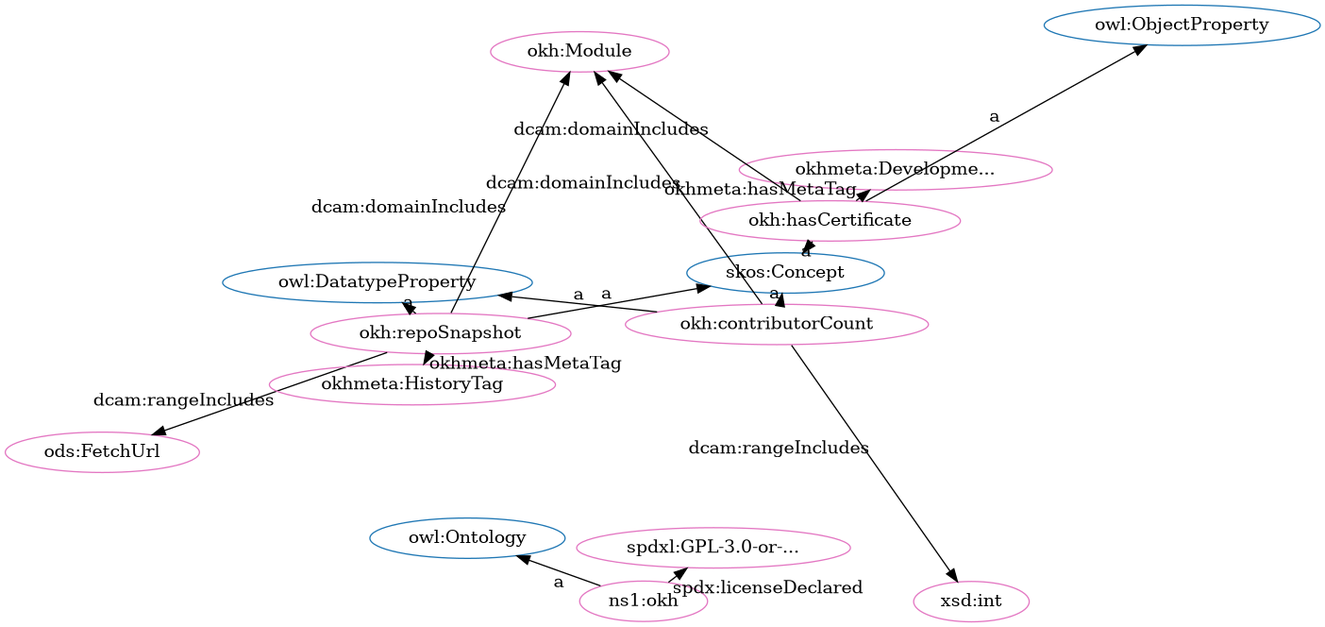
Before: src/spec/fdp_okh_proposed.png, a diagram exported from Graphviz (iop-alliance/OpenKnowHow). Its source is kept beside it as src/spec/fdp_okh_proposed.dot.
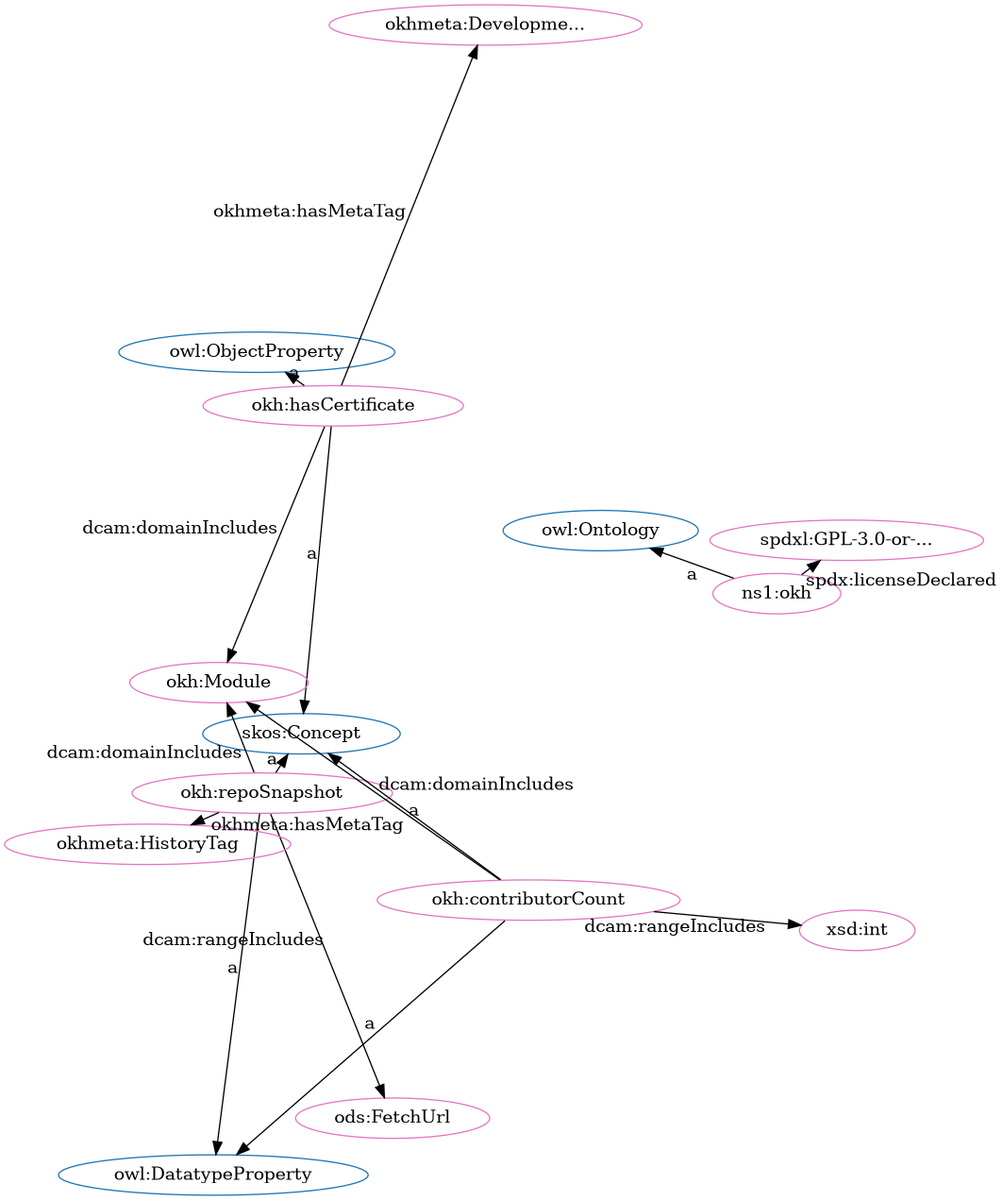
The same diagram one commit later.

Change to the diagram source:
```diff
@@ -1,33 +1,33 @@
 digraph G {
   rankdir=BT
   node[height=.3]
+"http://www.w3.org/2002/07/owl#Ontology" [fillcolor="#1f77b4" color="#1f77b4" label="owl:Ontology"]
 "http://www.w3.org/2002/07/owl#DatatypeProperty" [fillcolor="#1f77b4" color="#1f77b4" label="owl:DatatypeProperty"]
-"http://www.w3.org/2002/07/owl#Ontology" [fillcolor="#1f77b4" color="#1f77b4" label="owl:Ontology"]
 "http://www.w3.org/2004/02/skos/core#Concept" [fillcolor="#1f77b4" color="#1f77b4" label="skos:Concept"]
 "http://www.w3.org/2002/07/owl#ObjectProperty" [fillcolor="#1f77b4" color="#1f77b4" label="owl:ObjectProperty"]
+"http://w3id.org/oseg/ont/okh#hasCertificate" [fillcolor="#e377c2" color="#e377c2" label="okh:hasCertificate"]
 "http://w3id.org/oseg/ont/okh#Module" [fillcolor="#e377c2" color="#e377c2" label="okh:Module"]
+"http://w3id.org/oseg/ont/ods#FetchUrl" [fillcolor="#e377c2" color="#e377c2" label="ods:FetchUrl"]
 "http://w3id.org/oseg/ont/okhmeta#DevelopmentTag" [fillcolor="#e377c2" color="#e377c2" label="okhmeta:Developme..."]
-"http://w3id.org/oseg/ont/okh#contributorCount" [fillcolor="#e377c2" color="#e377c2" label="okh:contributorCount"]
 "http://w3id.org/oseg/ont/okh#repoSnapshot" [fillcolor="#e377c2" color="#e377c2" label="okh:repoSnapshot"]
-"http://w3id.org/oseg/ont/okh#hasCertificate" [fillcolor="#e377c2" color="#e377c2" label="okh:hasCertificate"]
 "http://spdx.org/licenses/GPL-3.0-or-later" [fillcolor="#e377c2" color="#e377c2" label="spdxl:GPL-3.0-or-..."]
-"http://w3id.org/oseg/ont/ods#FetchUrl" [fillcolor="#e377c2" color="#e377c2" label="ods:FetchUrl"]
-"http://w3id.org/oseg/ont/okh" [fillcolor="#e377c2" color="#e377c2" label="ns1:okh"]
 "http://w3id.org/oseg/ont/okhmeta#HistoryTag" [fillcolor="#e377c2" color="#e377c2" label="okhmeta:HistoryTag"]
 "http://www.w3.org/2001/XMLSchema#int" [fillcolor="#e377c2" color="#e377c2" label="xsd:int"]
+"http://w3id.org/oseg/ont/okh#contributorCount" [fillcolor="#e377c2" color="#e377c2" label="okh:contributorCount"]
+"http://w3id.org/oseg/ont/okh" [fillcolor="#e377c2" color="#e377c2" label="ns1:okh"]
+  "http://w3id.org/oseg/ont/okh#contributorCount" -> "http://w3id.org/oseg/ont/okh#Module" [label="dcam:domainIncludes"]
+  "http://w3id.org/oseg/ont/okh" -> "http://spdx.org/licenses/GPL-3.0-or-later" [label="spdx:licenseDeclared"]
+  "http://w3id.org/oseg/ont/okh#repoSnapshot" -> "http://w3id.org/oseg/ont/okhmeta#HistoryTag" [label="okhmeta:hasMetaTag"]
+  "http://w3id.org/oseg/ont/okh#contributorCount" -> "http://www.w3.org/2001/XMLSchema#int" [label="dcam:rangeIncludes"]
+  "http://w3id.org/oseg/ont/okh#repoSnapshot" -> "http://w3id.org/oseg/ont/okh#Module" [label="dcam:domainIncludes"]
+  "http://w3id.org/oseg/ont/okh#contributorCount" -> "http://www.w3.org/2004/02/skos/core#Concept" [label="a"]
+  "http://w3id.org/oseg/ont/okh#contributorCount" -> "http://www.w3.org/2002/07/owl#DatatypeProperty" [label="a"]
   "http://w3id.org/oseg/ont/okh#hasCertificate" -> "http://w3id.org/oseg/ont/okh#Module" [label="dcam:domainIncludes"]
-  "http://w3id.org/oseg/ont/okh#contributorCount" -> "http://www.w3.org/2002/07/owl#DatatypeProperty" [label="a"]
-  "http://w3id.org/oseg/ont/okh#contributorCount" -> "http://www.w3.org/2004/02/skos/core#Concept" [label="a"]
-  "http://w3id.org/oseg/ont/okh" -> "http://spdx.org/licenses/GPL-3.0-or-later" [label="spdx:licenseDeclared"]
+  "http://w3id.org/oseg/ont/okh#hasCertificate" -> "http://www.w3.org/2002/07/owl#ObjectProperty" [label="a"]
   "http://w3id.org/oseg/ont/okh#repoSnapshot" -> "http://w3id.org/oseg/ont/ods#FetchUrl" [label="dcam:rangeIncludes"]
-  "http://w3id.org/oseg/ont/okh#contributorCount" -> "http://w3id.org/oseg/ont/okh#Module" [label="dcam:domainIncludes"]
   "http://w3id.org/oseg/ont/okh#hasCertificate" -> "http://w3id.org/oseg/ont/okhmeta#DevelopmentTag" [label="okhmeta:hasMetaTag"]
   "http://w3id.org/oseg/ont/okh#repoSnapshot" -> "http://www.w3.org/2004/02/skos/core#Concept" [label="a"]
   "http://w3id.org/oseg/ont/okh#repoSnapshot" -> "http://www.w3.org/2002/07/owl#DatatypeProperty" [label="a"]
   "http://w3id.org/oseg/ont/okh#hasCertificate" -> "http://www.w3.org/2004/02/skos/core#Concept" [label="a"]
-  "http://w3id.org/oseg/ont/okh#repoSnapshot" -> "http://w3id.org/oseg/ont/okh#Module" [label="dcam:domainIncludes"]
   "http://w3id.org/oseg/ont/okh" -> "http://www.w3.org/2002/07/owl#Ontology" [label="a"]
-  "http://w3id.org/oseg/ont/okh#repoSnapshot" -> "http://w3id.org/oseg/ont/okhmeta#HistoryTag" [label="okhmeta:hasMetaTag"]
-  "http://w3id.org/oseg/ont/okh#hasCertificate" -> "http://www.w3.org/2002/07/owl#ObjectProperty" [label="a"]
-  "http://w3id.org/oseg/ont/okh#contributorCount" -> "http://www.w3.org/2001/XMLSchema#int" [label="dcam:rangeIncludes"]
 }
```
